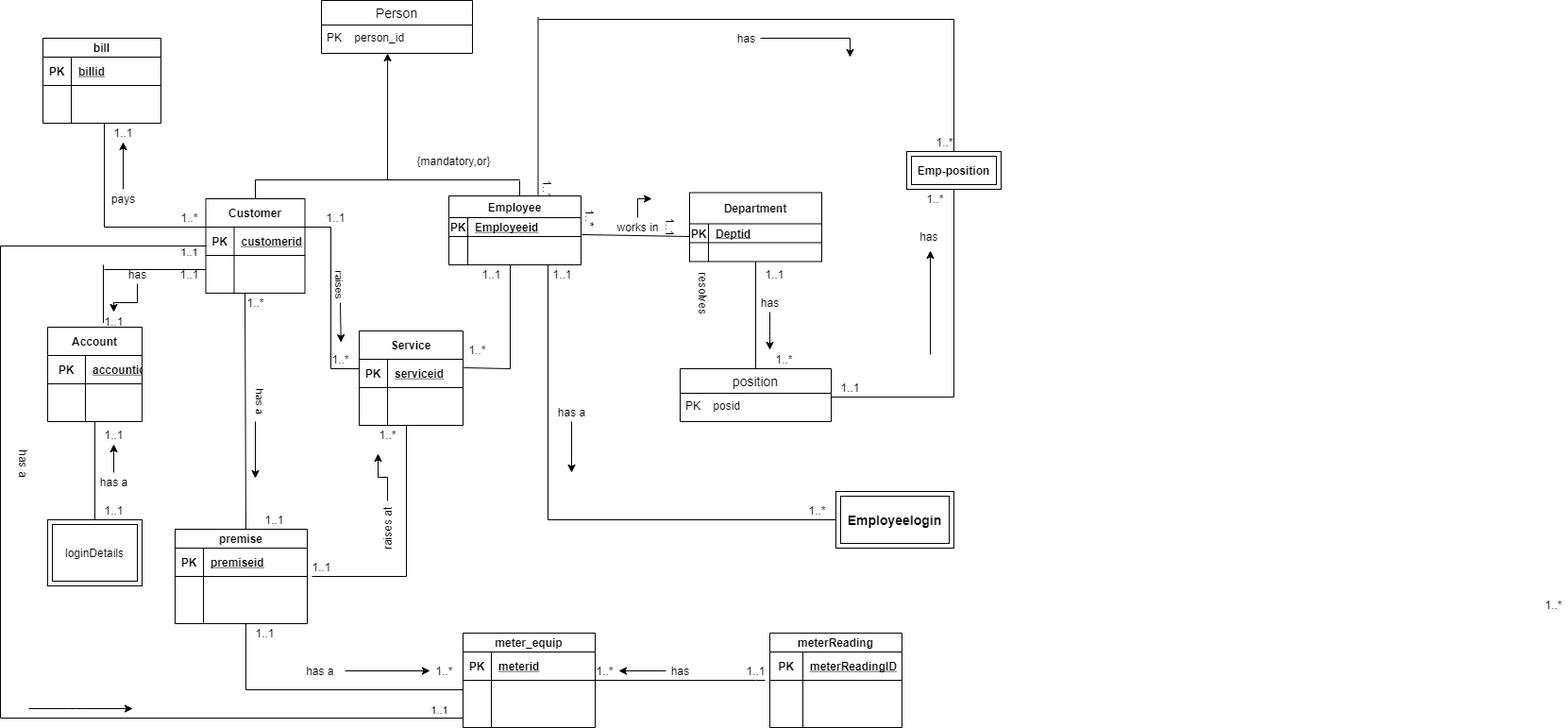
Before: Mobile Electricity deposit-Page-7.png, a diagram exported from draw.io (Muslimah123/Database-final-exams). Source tidied: cells renumbered, new cells last; positions are measured from the earlier drawing's top-left corner, leaving out a move shared by most shapes.
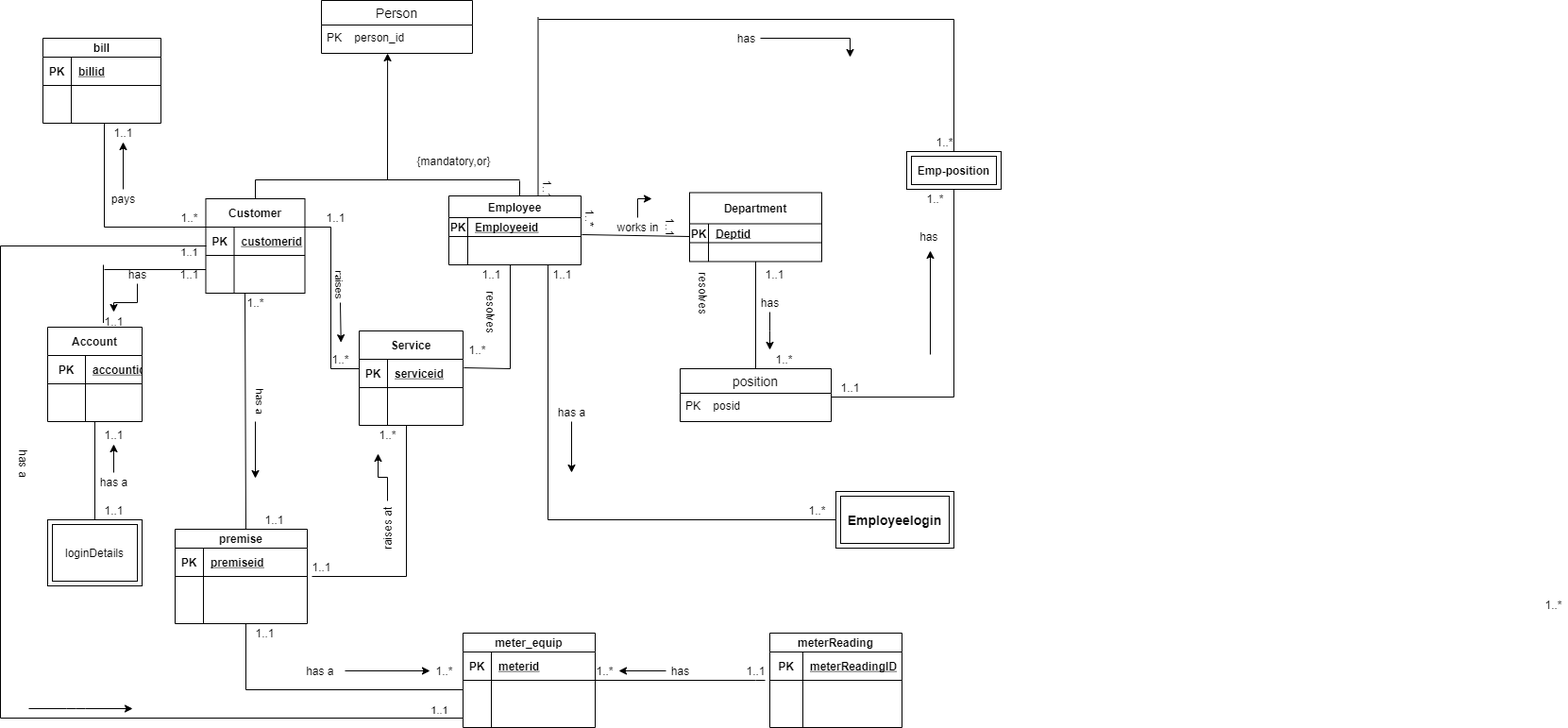
Above is the later version.

What changed in the source:
```diff
@@ -618,5 +618,8 @@
         </Array>
       </mxGeometry>
     </mxCell>
+    <mxCell id="165" value="resolves" style="text;html=1;align=center;verticalAlign=middle;strokeColor=none;rotation=90;" parent="1" vertex="1">
+      <mxGeometry x="490" y="320" width="60" height="20" as="geometry" />
+    </mxCell>
   </root>
 </mxGraphModel>
```
